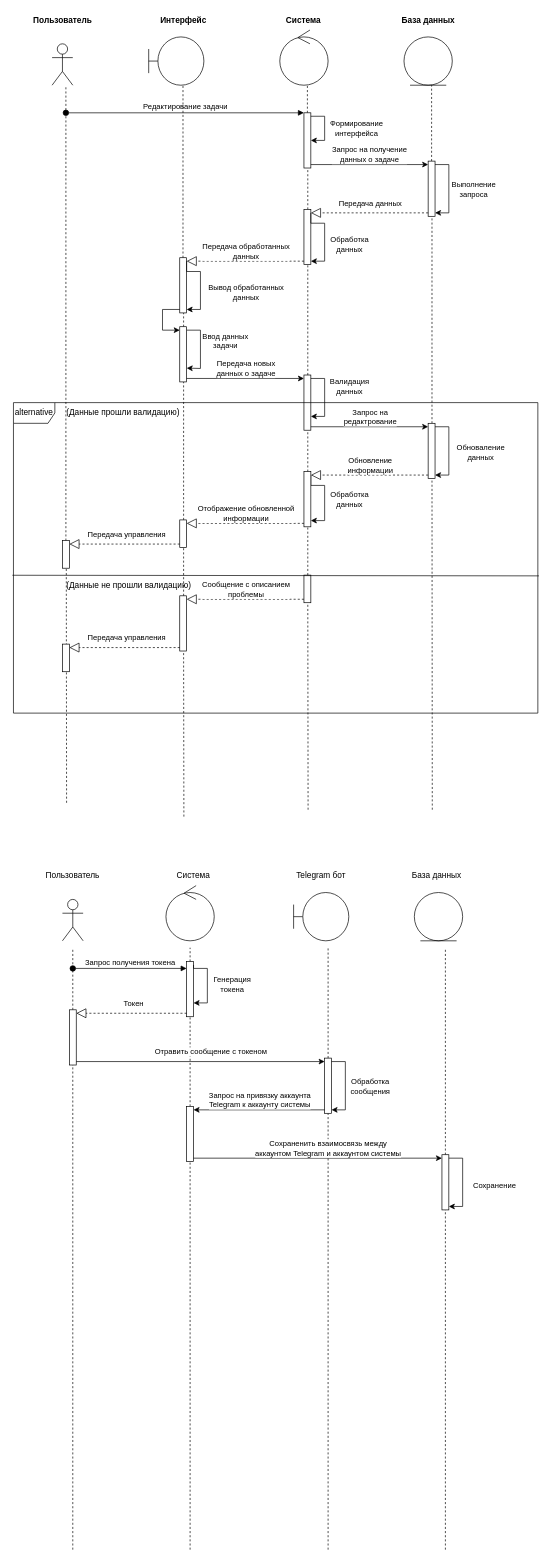
Earlier version of the draw.io diagram UseCase1.drawio (BaronVice/schemas). Source tidied: cells renumbered, new cells numbered last; positions are measured from the earlier drawing's top-left corner, leaving out a move shared by most shapes. Both pictures are drawn from the tidied source at 69%, with x=0, y=0 at pixel (13, 12).
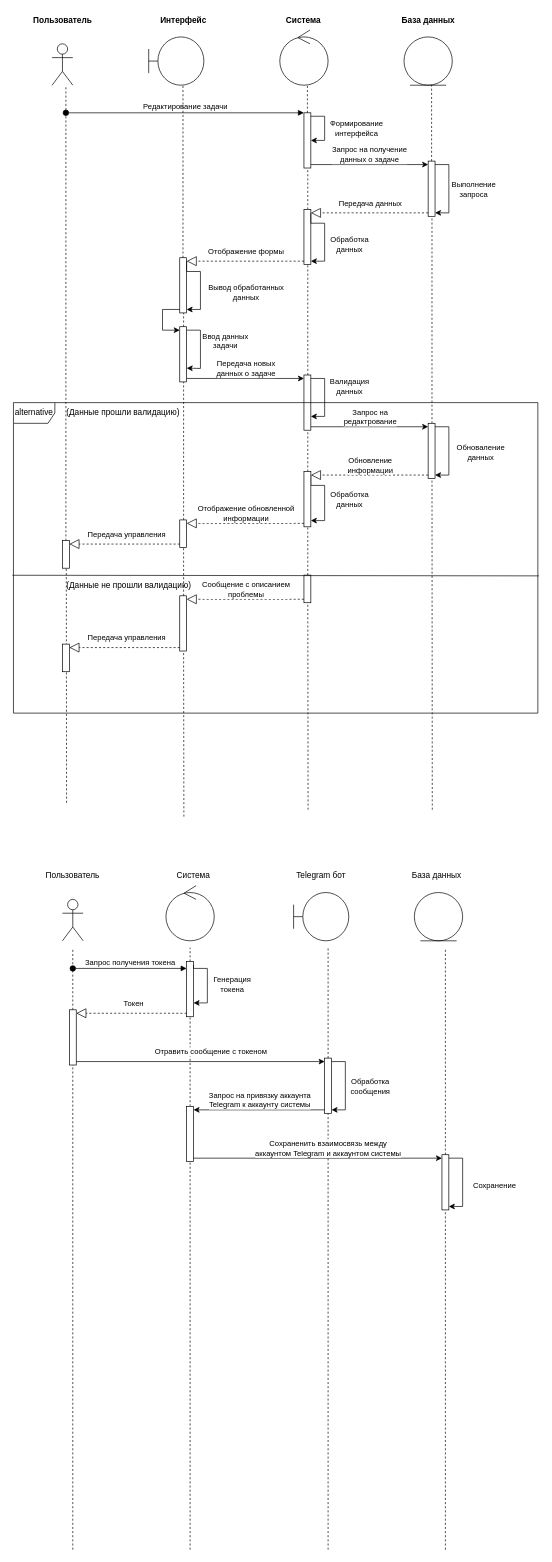
The same page after the edit.

The change refers to these unchanged cells:
```xml
<mxCell id="31" style="endArrow=block;dashed=1;endFill=0;endSize=12;html=1;rounded=0;exitX=0;exitY=1;exitDx=0;exitDy=-5;exitPerimeter=0;entryX=1;entryY=0;entryDx=0;entryDy=5;entryPerimeter=0;" parent="1" edge="1" source="26" target="34">
  <mxGeometry relative="1" as="geometry" />
</mxCell>
```

The edit, as a diff of the source:
```diff
@@
-    <mxCell id="32" value="&lt;div&gt;Передача обработанных&lt;/div&gt;&lt;div&gt;данных&lt;br&gt;&lt;/div&gt;" style="edgeLabel;html=1;align=center;verticalAlign=middle;" parent="31" vertex="1">
+    <mxCell id="32" value="Отображение формы" style="edgeLabel;html=1;align=center;verticalAlign=middle;" parent="31" vertex="1">
       <mxGeometry x="0.39" relative="1" as="geometry">
         <mxPoint x="33" y="-15" as="offset" />
       </mxGeometry>
     </mxCell>
```
